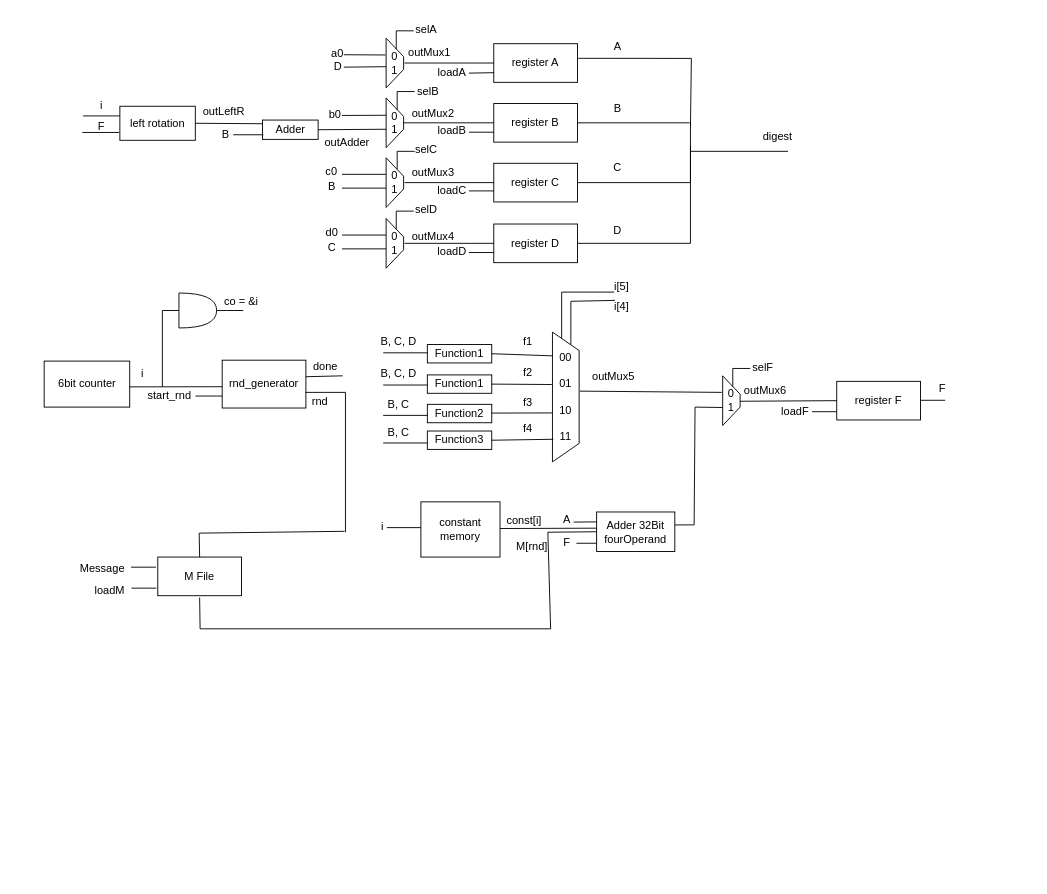
Above: CA1/Part2/Design/Datapath2 .drawio in imSaDy/CAD (draw.io), before the change. Source tidied: cells renumbered, new cells numbered last; positions are measured from the earlier drawing's top-left corner, leaving out a move shared by most shapes. Both pictures are drawn from the tidied source at 92%, with x=0, y=0 at pixel (43, 16).
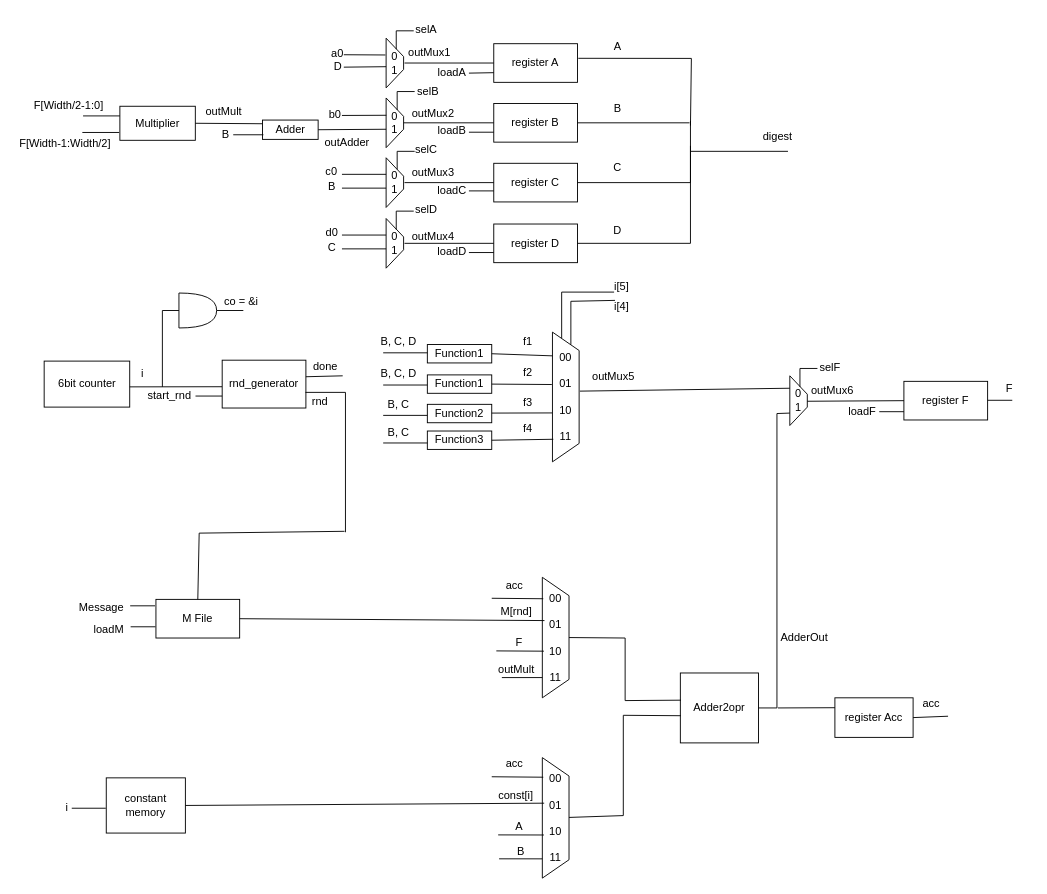
After the change.

The change refers to these unchanged cells:
```xml
<mxCell id="60" value="00&lt;div&gt;&lt;br&gt;&lt;div&gt;01&lt;/div&gt;&lt;div&gt;&lt;br&gt;&lt;/div&gt;&lt;div&gt;10&lt;/div&gt;&lt;div&gt;&lt;br&gt;&lt;/div&gt;&lt;div&gt;11&lt;/div&gt;&lt;/div&gt;" style="shape=trapezoid;perimeter=trapezoidPerimeter;whiteSpace=wrap;html=1;fixedSize=1;direction=south;" parent="1" vertex="1">
  <mxGeometry x="553" y="343.5" width="29" height="141" as="geometry" />
</mxCell>
```

The edit, as a diff of the source:
```diff
@@
-    <mxCell id="46" value="left rotation" style="rounded=0;whiteSpace=wrap;html=1;" parent="1" vertex="1">
+    <mxCell id="46" value="Multiplier" style="rounded=0;whiteSpace=wrap;html=1;" parent="1" vertex="1">
       <mxGeometry x="82.8" y="98" width="82" height="37" as="geometry" />
     </mxCell>
@@
-    <mxCell id="49" value="i" style="text;html=1;align=center;verticalAlign=middle;whiteSpace=wrap;rounded=0;" parent="1" vertex="1">
-      <mxGeometry x="42.8" y="89" width="40" height="18" as="geometry" />
+    <mxCell id="49" value="F[Width/2-1:0]" style="text;html=1;align=center;verticalAlign=middle;whiteSpace=wrap;rounded=0;" parent="1" vertex="1">
+      <mxGeometry x="-30" y="89" width="114.8" height="18" as="geometry" />
     </mxCell>
@@
     <mxCell id="69" value="constant&lt;div&gt;memory&lt;/div&gt;" style="rounded=0;whiteSpace=wrap;html=1;" parent="1" vertex="1">
-      <mxGeometry x="410" y="528" width="86" height="60" as="geometry" />
+      <mxGeometry x="68" y="828" width="86" height="60" as="geometry" />
     </mxCell>
     <mxCell id="70" style="endArrow=none;html=1;rounded=0;" parent="1" edge="1">
       <mxGeometry relative="1" as="geometry">
-        <mxPoint x="373" y="556" as="sourcePoint" />
-        <mxPoint x="410" y="556" as="targetPoint" />
+        <mxPoint x="30.5" y="861" as="sourcePoint" />
+        <mxPoint x="67.5" y="861" as="targetPoint" />
       </mxGeometry>
     </mxCell>
     <mxCell id="71" value="i" style="text;html=1;align=center;verticalAlign=middle;whiteSpace=wrap;rounded=0;" parent="1" vertex="1">
-      <mxGeometry x="357.5" y="541" width="21" height="27" as="geometry" />
+      <mxGeometry x="15" y="846" width="21" height="27" as="geometry" />
     </mxCell>
-    <mxCell id="72" style="endArrow=none;html=1;rounded=0;" parent="1" edge="1">
-      <mxGeometry relative="1" as="geometry">
-        <mxPoint x="496" y="557" as="sourcePoint" />
-        <mxPoint x="601" y="556.6" as="targetPoint" />
-      </mxGeometry>
-    </mxCell>
-    <mxCell id="73" value="Adder 32Bit&lt;div&gt;fourOperand&lt;/div&gt;" style="rounded=0;whiteSpace=wrap;html=1;" parent="1" vertex="1">
-      <mxGeometry x="601" y="539" width="85" height="43" as="geometry" />
+    <mxCell id="73" value="Adder2opr" style="rounded=0;whiteSpace=wrap;html=1;" parent="1" vertex="1">
+      <mxGeometry x="692" y="714" width="85" height="76" as="geometry" />
     </mxCell>
     <mxCell id="74" value="const[i]" style="text;html=1;align=center;verticalAlign=middle;whiteSpace=wrap;rounded=0;" parent="1" vertex="1">
-      <mxGeometry x="501" y="542" width="43" height="13" as="geometry" />
+      <mxGeometry x="492" y="841" width="43" height="13" as="geometry" />
     </mxCell>
-    <mxCell id="75" style="endArrow=none;html=1;rounded=0;entryX=0;entryY=0.25;entryDx=0;entryDy=0;" parent="1" edge="1" target="73">
-      <mxGeometry relative="1" as="geometry">
-        <mxPoint x="576" y="550" as="sourcePoint" />
-      </mxGeometry>
-    </mxCell>
-    <mxCell id="76" value="A" style="text;html=1;align=center;verticalAlign=middle;whiteSpace=wrap;rounded=0;" parent="1" vertex="1">
-      <mxGeometry x="556" y="539" width="26" height="18" as="geometry" />
-    </mxCell>
-    <mxCell id="77" style="endArrow=none;html=1;rounded=0;exitX=0.5;exitY=1;exitDx=0;exitDy=0;entryX=0;entryY=0.5;entryDx=0;entryDy=0;" parent="1" edge="1" target="73">
-      <mxGeometry relative="1" as="geometry">
-        <mxPoint x="169.5" y="632" as="sourcePoint" />
-        <Array as="points">
-          <mxPoint x="170" y="666" />
-          <mxPoint x="551" y="666" />
-          <mxPoint x="548" y="561" />
-        </Array>
-      </mxGeometry>
-    </mxCell>
     <mxCell id="78" value="0&lt;div&gt;1&lt;/div&gt;" style="shape=trapezoid;perimeter=trapezoidPerimeter;whiteSpace=wrap;html=1;fixedSize=1;direction=south;" parent="1" vertex="1">
-      <mxGeometry x="738" y="391" width="19" height="54" as="geometry" />
+      <mxGeometry x="811" y="391" width="19" height="54" as="geometry" />
     </mxCell>
     <mxCell id="79" style="endArrow=none;html=1;rounded=0;exitX=0;exitY=0.25;exitDx=0;exitDy=0;" parent="1" edge="1">
       <mxGeometry relative="1" as="geometry">
-        <mxPoint x="749" y="403" as="sourcePoint" />
-        <mxPoint x="768" y="383" as="targetPoint" />
+        <mxPoint x="822" y="403" as="sourcePoint" />
+        <mxPoint x="841" y="383" as="targetPoint" />
         <Array as="points">
-          <mxPoint x="749" y="383" />
+          <mxPoint x="822" y="383" />
         </Array>
       </mxGeometry>
     </mxCell>
     <mxCell id="80" value="selF" style="text;html=1;align=center;verticalAlign=middle;whiteSpace=wrap;rounded=0;" parent="1" vertex="1">
-      <mxGeometry x="752" y="367" width="60" height="30" as="geometry" />
+      <mxGeometry x="825" y="367" width="60" height="30" as="geometry" />
     </mxCell>
-    <mxCell id="81" style="endArrow=none;html=1;rounded=0;exitX=0.455;exitY=-0.029;exitDx=0;exitDy=0;exitPerimeter=0;" parent="1" edge="1" source="60">
-      <mxGeometry relative="1" as="geometry">
-        <mxPoint x="737" y="409" as="targetPoint" />
-      </mxGeometry>
+    <mxCell id="81" style="endArrow=none;html=1;rounded=0;exitX=0.455;exitY=-0.029;exitDx=0;exitDy=0;exitPerimeter=0;entryX=0.25;entryY=1;entryDx=0;entryDy=0;" parent="1" edge="1" source="60" target="78">
+      <mxGeometry relative="1" as="geometry" />
     </mxCell>
-    <mxCell id="82" style="endArrow=none;html=1;rounded=0;entryX=0.638;entryY=0.997;entryDx=0;entryDy=0;entryPerimeter=0;exitX=1;exitY=0.328;exitDx=0;exitDy=0;exitPerimeter=0;" parent="1" edge="1" source="73" target="78">
-      <mxGeometry relative="1" as="geometry">
-        <Array as="points">
-          <mxPoint x="707" y="553" />
-          <mxPoint x="708" y="425" />
-        </Array>
-      </mxGeometry>
-    </mxCell>
     <mxCell id="83" value="register F" style="rounded=0;whiteSpace=wrap;html=1;" parent="1" vertex="1">
-      <mxGeometry x="862" y="397" width="91" height="42" as="geometry" />
+      <mxGeometry x="935" y="397" width="91" height="42" as="geometry" />
     </mxCell>
@@
     <mxCell id="99" value="M File" style="rounded=0;whiteSpace=wrap;html=1;" parent="1" vertex="1">
-      <mxGeometry x="124" y="588" width="91" height="42" as="geometry" />
+      <mxGeometry x="122" y="634" width="91" height="42" as="geometry" />
     </mxCell>
     <mxCell id="100" value="loadM" style="text;html=1;align=center;verticalAlign=middle;whiteSpace=wrap;rounded=0;" parent="1" vertex="1">
-      <mxGeometry x="52" y="615" width="40" height="19" as="geometry" />
+      <mxGeometry x="51" y="657" width="40" height="19" as="geometry" />
     </mxCell>
     <mxCell id="101" style="endArrow=none;html=1;rounded=0;entryX=0;entryY=0.75;entryDx=0;entryDy=0;" parent="1" edge="1">
       <mxGeometry relative="1" as="geometry">
-        <mxPoint x="95.5" y="621.8" as="sourcePoint" />
-        <mxPoint x="122.5" y="621.8" as="targetPoint" />
+        <mxPoint x="94.5" y="663.8" as="sourcePoint" />
+        <mxPoint x="121.5" y="663.8" as="targetPoint" />
       </mxGeometry>
     </mxCell>
     <mxCell id="102" style="endArrow=none;html=1;rounded=0;entryX=0;entryY=0.75;entryDx=0;entryDy=0;" parent="1" edge="1">
       <mxGeometry relative="1" as="geometry">
-        <mxPoint x="95" y="599" as="sourcePoint" />
-        <mxPoint x="122" y="599" as="targetPoint" />
+        <mxPoint x="94" y="641" as="sourcePoint" />
+        <mxPoint x="121" y="641" as="targetPoint" />
       </mxGeometry>
     </mxCell>
     <mxCell id="103" value="Message" style="text;html=1;align=center;verticalAlign=middle;whiteSpace=wrap;rounded=0;" parent="1" vertex="1">
-      <mxGeometry x="44" y="591" width="40" height="19" as="geometry" />
+      <mxGeometry x="43" y="633" width="40" height="19" as="geometry" />
     </mxCell>
@@
-    <mxCell id="105" value="M[rnd]" style="text;html=1;align=center;verticalAlign=middle;whiteSpace=wrap;rounded=0;" parent="1" vertex="1">
-      <mxGeometry x="518" y="568" width="26" height="18" as="geometry" />
-    </mxCell>
@@
-    <mxCell id="121" value="F" style="text;html=1;align=center;verticalAlign=middle;whiteSpace=wrap;rounded=0;" parent="1" vertex="1">
-      <mxGeometry x="43" y="110.5" width="40" height="18" as="geometry" />
+    <mxCell id="121" value="F[Width-1:Width/2]" style="text;html=1;align=center;verticalAlign=middle;whiteSpace=wrap;rounded=0;" parent="1" vertex="1">
+      <mxGeometry x="-30" y="130" width="107" height="18" as="geometry" />
     </mxCell>
-    <mxCell id="122" value="outLeftR" style="text;html=1;align=center;verticalAlign=middle;whiteSpace=wrap;rounded=0;" parent="1" vertex="1">
+    <mxCell id="122" value="outMult" style="text;html=1;align=center;verticalAlign=middle;whiteSpace=wrap;rounded=0;" parent="1" vertex="1">
       <mxGeometry x="168" y="96" width="56" height="16" as="geometry" />
     </mxCell>
@@
-    <mxCell id="125" style="endArrow=none;html=1;rounded=0;" parent="1" edge="1">
-      <mxGeometry relative="1" as="geometry">
-        <mxPoint x="579" y="573" as="sourcePoint" />
-        <mxPoint x="601" y="573" as="targetPoint" />
-      </mxGeometry>
-    </mxCell>
-    <mxCell id="126" value="F" style="text;html=1;align=center;verticalAlign=middle;whiteSpace=wrap;rounded=0;" parent="1" vertex="1">
-      <mxGeometry x="556" y="564" width="26" height="18" as="geometry" />
-    </mxCell>
     <mxCell id="127" style="endArrow=none;html=1;rounded=0;entryX=0;entryY=0.75;entryDx=0;entryDy=0;" parent="1" edge="1">
       <mxGeometry relative="1" as="geometry">
-        <mxPoint x="835.2" y="430" as="sourcePoint" />
-        <mxPoint x="862" y="430" as="targetPoint" />
+        <mxPoint x="908.2" y="430" as="sourcePoint" />
+        <mxPoint x="935" y="430" as="targetPoint" />
       </mxGeometry>
     </mxCell>
     <mxCell id="128" value="loadF" style="text;html=1;align=center;verticalAlign=middle;whiteSpace=wrap;rounded=0;" parent="1" vertex="1">
-      <mxGeometry x="793.2" y="418" width="48" height="24" as="geometry" />
+      <mxGeometry x="866.2" y="418" width="48" height="24" as="geometry" />
     </mxCell>
     <mxCell id="129" value="outMux6" style="text;html=1;align=center;verticalAlign=middle;whiteSpace=wrap;rounded=0;" parent="1" vertex="1">
-      <mxGeometry x="776.2" y="397" width="17" height="20" as="geometry" />
+      <mxGeometry x="849.2" y="397" width="17" height="20" as="geometry" />
     </mxCell>
@@
     <mxCell id="134" style="endArrow=none;html=1;rounded=0;entryX=0;entryY=0.75;entryDx=0;entryDy=0;" parent="1" edge="1">
       <mxGeometry relative="1" as="geometry">
-        <mxPoint x="953" y="417.6" as="sourcePoint" />
-        <mxPoint x="979.8" y="417.6" as="targetPoint" />
+        <mxPoint x="1026" y="417.6" as="sourcePoint" />
+        <mxPoint x="1052.8" y="417.6" as="targetPoint" />
       </mxGeometry>
     </mxCell>
     <mxCell id="135" value="F" style="text;html=1;align=center;verticalAlign=middle;whiteSpace=wrap;rounded=0;" parent="1" vertex="1">
-      <mxGeometry x="953" y="393" width="48" height="24" as="geometry" />
+      <mxGeometry x="1026" y="393" width="48" height="24" as="geometry" />
     </mxCell>
@@
+    <mxCell id="140" value="register Acc" style="rounded=0;whiteSpace=wrap;html=1;" parent="1" vertex="1">
+      <mxGeometry x="860" y="741" width="85" height="43" as="geometry" />
+    </mxCell>
+    <mxCell id="141" value="00&lt;div&gt;&lt;br&gt;&lt;div&gt;01&lt;/div&gt;&lt;div&gt;&lt;br&gt;&lt;/div&gt;&lt;div&gt;10&lt;/div&gt;&lt;div&gt;&lt;br&gt;&lt;/div&gt;&lt;div&gt;11&lt;/div&gt;&lt;/div&gt;" style="shape=trapezoid;perimeter=trapezoidPerimeter;whiteSpace=wrap;html=1;fixedSize=1;direction=south;" parent="1" vertex="1">
+      <mxGeometry x="542" y="806" width="29" height="131" as="geometry" />
+    </mxCell>
+    <mxCell id="82" style="endArrow=none;html=1;rounded=0;entryX=0.75;entryY=1;entryDx=0;entryDy=0;exitX=1;exitY=0.5;exitDx=0;exitDy=0;" parent="1" edge="1" source="73" target="78">
+      <mxGeometry relative="1" as="geometry">
+        <Array as="points">
+          <mxPoint x="797" y="752" />
+          <mxPoint x="797" y="432" />
+        </Array>
+      </mxGeometry>
+    </mxCell>
+    <mxCell id="142" style="endArrow=none;html=1;rounded=0;entryX=0.006;entryY=0.611;entryDx=0;entryDy=0;entryPerimeter=0;" parent="1" edge="1" source="141" target="73">
+      <mxGeometry relative="1" as="geometry">
+        <Array as="points">
+          <mxPoint x="630" y="869" />
+          <mxPoint x="630" y="760" />
+        </Array>
+      </mxGeometry>
+    </mxCell>
+    <mxCell id="143" value="00&lt;div&gt;&lt;br&gt;&lt;div&gt;01&lt;/div&gt;&lt;div&gt;&lt;br&gt;&lt;/div&gt;&lt;div&gt;10&lt;/div&gt;&lt;div&gt;&lt;br&gt;&lt;/div&gt;&lt;div&gt;11&lt;/div&gt;&lt;/div&gt;" style="shape=trapezoid;perimeter=trapezoidPerimeter;whiteSpace=wrap;html=1;fixedSize=1;direction=south;" parent="1" vertex="1">
+      <mxGeometry x="542" y="610" width="29" height="131" as="geometry" />
+    </mxCell>
+    <mxCell id="144" style="endArrow=none;html=1;rounded=0;exitX=0.5;exitY=0;exitDx=0;exitDy=0;entryX=0.008;entryY=0.389;entryDx=0;entryDy=0;entryPerimeter=0;" parent="1" edge="1" source="143" target="73">
+      <mxGeometry relative="1" as="geometry">
+        <Array as="points">
+          <mxPoint x="632" y="676" />
+          <mxPoint x="632" y="744" />
+        </Array>
+      </mxGeometry>
+    </mxCell>
+    <mxCell id="145" style="endArrow=none;html=1;rounded=0;entryX=0.179;entryY=0.931;entryDx=0;entryDy=0;entryPerimeter=0;" parent="1" edge="1">
+      <mxGeometry relative="1" as="geometry">
+        <mxPoint x="487" y="632.8" as="sourcePoint" />
+        <mxPoint x="543" y="633.3" as="targetPoint" />
+      </mxGeometry>
+    </mxCell>
+    <mxCell id="146" value="acc" style="text;html=1;whiteSpace=wrap;strokeColor=none;fillColor=none;align=center;verticalAlign=middle;rounded=0;" parent="1" vertex="1">
+      <mxGeometry x="482" y="604" width="60" height="30" as="geometry" />
+    </mxCell>
+    <mxCell id="147" style="endArrow=none;html=1;rounded=0;entryX=0.179;entryY=0.931;entryDx=0;entryDy=0;entryPerimeter=0;" parent="1" edge="1">
+      <mxGeometry relative="1" as="geometry">
+        <mxPoint x="487" y="826.8" as="sourcePoint" />
+        <mxPoint x="543" y="827.3" as="targetPoint" />
+      </mxGeometry>
+    </mxCell>
+    <mxCell id="148" value="acc" style="text;html=1;whiteSpace=wrap;strokeColor=none;fillColor=none;align=center;verticalAlign=middle;rounded=0;" parent="1" vertex="1">
+      <mxGeometry x="482" y="798" width="60" height="30" as="geometry" />
+    </mxCell>
+    <mxCell id="149" style="endArrow=none;html=1;rounded=0;entryX=0.378;entryY=0.931;entryDx=0;entryDy=0;entryPerimeter=0;exitX=1;exitY=0.5;exitDx=0;exitDy=0;" parent="1" edge="1" source="69" target="141">
+      <mxGeometry relative="1" as="geometry" />
+    </mxCell>
+    <mxCell id="150" style="endArrow=none;html=1;rounded=0;exitX=1;exitY=0.5;exitDx=0;exitDy=0;entryX=0.359;entryY=0.92;entryDx=0;entryDy=0;entryPerimeter=0;" parent="1" edge="1" source="99" target="143">
+      <mxGeometry relative="1" as="geometry" />
+    </mxCell>
+    <mxCell id="105" value="M[rnd]" style="text;html=1;whiteSpace=wrap;strokeColor=none;fillColor=none;align=center;verticalAlign=middle;rounded=0;" parent="1" vertex="1">
+      <mxGeometry x="483.5" y="633" width="60" height="30" as="geometry" />
+    </mxCell>
+    <mxCell id="151" style="endArrow=none;html=1;rounded=0;entryX=0.613;entryY=0.942;entryDx=0;entryDy=0;entryPerimeter=0;" parent="1" edge="1" target="143">
+      <mxGeometry relative="1" as="geometry">
+        <mxPoint x="492" y="690" as="sourcePoint" />
+      </mxGeometry>
+    </mxCell>
+    <mxCell id="126" value="F" style="text;html=1;whiteSpace=wrap;strokeColor=none;fillColor=none;align=center;verticalAlign=middle;rounded=0;" parent="1" vertex="1">
+      <mxGeometry x="497" y="673" width="40" height="16" as="geometry" />
+    </mxCell>
+    <mxCell id="152" style="endArrow=none;html=1;rounded=0;entryX=0.642;entryY=0.942;entryDx=0;entryDy=0;entryPerimeter=0;" parent="1" edge="1" target="141">
+      <mxGeometry relative="1" as="geometry">
+        <mxPoint x="494" y="890" as="sourcePoint" />
+      </mxGeometry>
+    </mxCell>
+    <mxCell id="76" value="A" style="text;html=1;whiteSpace=wrap;strokeColor=none;fillColor=none;align=center;verticalAlign=middle;rounded=0;" parent="1" vertex="1">
+      <mxGeometry x="497" y="873" width="40" height="16" as="geometry" />
+    </mxCell>
+    <mxCell id="153" style="endArrow=none;html=1;rounded=0;entryX=0.832;entryY=1;entryDx=0;entryDy=0;entryPerimeter=0;" parent="1" edge="1" target="143">
+      <mxGeometry relative="1" as="geometry">
+        <mxPoint x="498" y="719" as="sourcePoint" />
+      </mxGeometry>
+    </mxCell>
+    <mxCell id="154" value="outMult" style="text;html=1;whiteSpace=wrap;strokeColor=none;fillColor=none;align=center;verticalAlign=middle;rounded=0;" parent="1" vertex="1">
+      <mxGeometry x="483.5" y="696" width="60" height="30" as="geometry" />
+    </mxCell>
+    <mxCell id="155" value="B" style="text;html=1;whiteSpace=wrap;strokeColor=none;fillColor=none;align=center;verticalAlign=middle;rounded=0;" parent="1" vertex="1">
+      <mxGeometry x="489.2" y="893" width="60" height="30" as="geometry" />
+    </mxCell>
+    <mxCell id="156" style="endArrow=none;html=1;rounded=0;entryX=0.84;entryY=1;entryDx=0;entryDy=0;entryPerimeter=0;" parent="1" edge="1" target="141">
+      <mxGeometry relative="1" as="geometry">
+        <mxPoint x="495" y="916" as="sourcePoint" />
+      </mxGeometry>
+    </mxCell>
+    <mxCell id="157" value="AdderOut" style="text;html=1;whiteSpace=wrap;strokeColor=none;fillColor=none;align=center;verticalAlign=middle;rounded=0;" parent="1" vertex="1">
+      <mxGeometry x="797" y="660.5" width="60" height="30" as="geometry" />
+    </mxCell>
+    <mxCell id="158" style="endArrow=none;html=1;rounded=0;entryX=0;entryY=0.25;entryDx=0;entryDy=0;" parent="1" edge="1" target="140">
+      <mxGeometry relative="1" as="geometry">
+        <mxPoint x="798" y="752" as="sourcePoint" />
+      </mxGeometry>
+    </mxCell>
+    <mxCell id="159" style="endArrow=none;html=1;rounded=0;exitX=1;exitY=0.5;exitDx=0;exitDy=0;" parent="1" edge="1" source="140">
+      <mxGeometry relative="1" as="geometry">
+        <mxPoint x="983" y="761" as="targetPoint" />
+      </mxGeometry>
+    </mxCell>
+    <mxCell id="160" value="acc" style="text;html=1;whiteSpace=wrap;strokeColor=none;fillColor=none;align=center;verticalAlign=middle;rounded=0;" parent="1" vertex="1">
+      <mxGeometry x="935" y="733" width="60" height="30" as="geometry" />
+    </mxCell>
```
